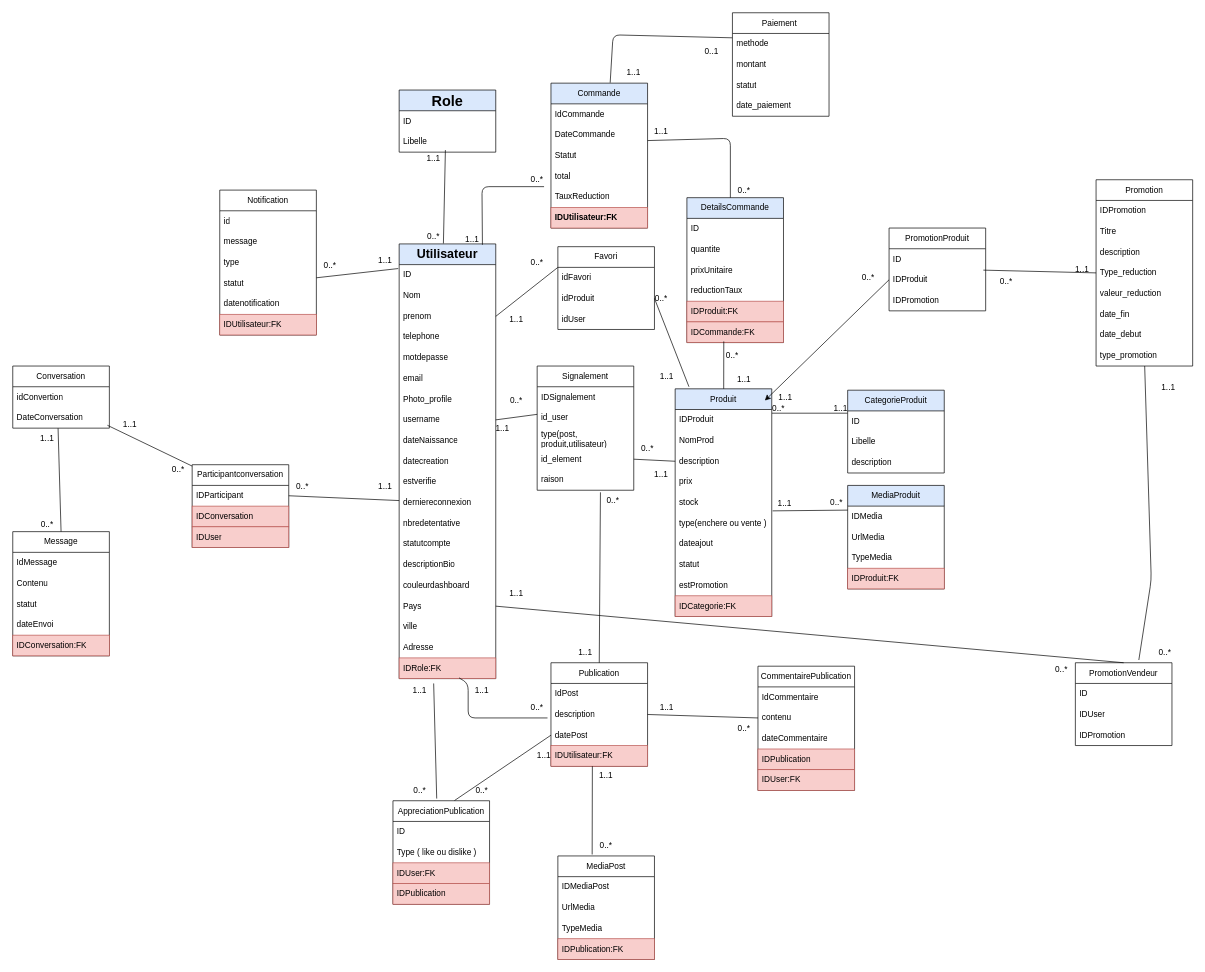
Above: docs/diagram.drawio in FamataThiam/Personnal_site_ecommerce (draw.io), before the change. Source tidied: cells renumbered, new cells numbered last; positions are measured from the earlier drawing's top-left corner, leaving out a move shared by most shapes. Both pictures are drawn from the tidied source at 69%, with x=0, y=0 at pixel (12, 12).
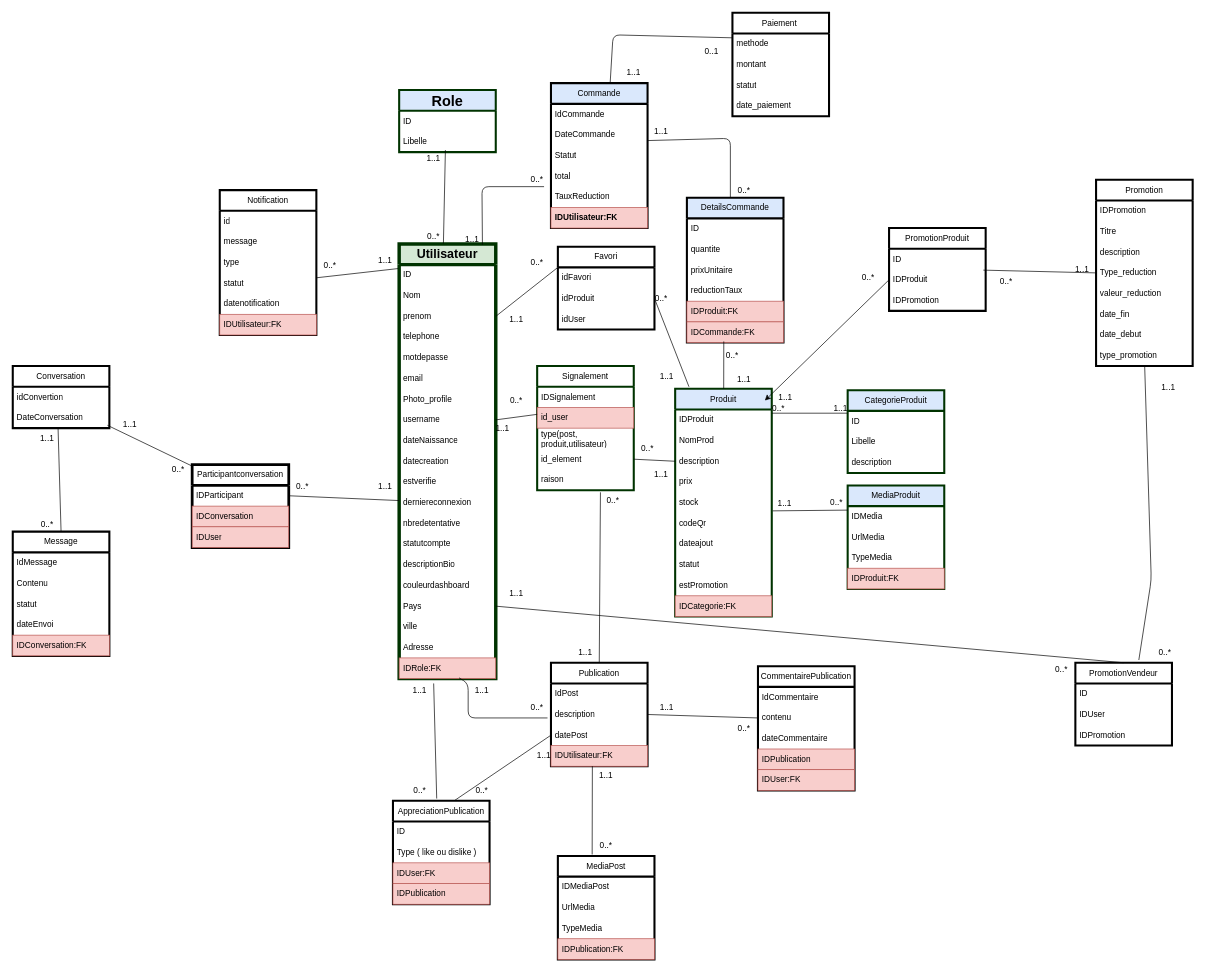
After the change.

What changed in the source:
```diff
@@
-    <mxCell id="2" value="&lt;b&gt;&lt;font style=&quot;font-size: 18px;&quot;&gt;Utilisateur&lt;/font&gt;&lt;/b&gt;" style="swimlane;fontStyle=0;horizontal=1;startSize=30;whiteSpace=wrap;html=1;labelBackgroundColor=none;fillColor=#dae8fc;strokeColor=light-dark(#030303, #5c79a3);" parent="1" vertex="1">
+    <mxCell id="2" value="&lt;b&gt;&lt;font style=&quot;font-size: 18px;&quot;&gt;Utilisateur&lt;/font&gt;&lt;/b&gt;" style="swimlane;fontStyle=0;horizontal=1;startSize=30;whiteSpace=wrap;html=1;labelBackgroundColor=none;fillColor=#d5e8d4;strokeColor=#003300;strokeWidth=5;" parent="1" vertex="1">
       <mxGeometry x="560" y="335" width="140" height="630" as="geometry" />
     </mxCell>
@@
-    <mxCell id="23" value="&lt;b&gt;&lt;font style=&quot;font-size: 21px;&quot;&gt;Role&lt;/font&gt;&lt;/b&gt;" style="swimlane;fontStyle=0;horizontal=1;startSize=30;whiteSpace=wrap;html=1;fillColor=#dae8fc;strokeColor=#000000;" parent="1" vertex="1">
+    <mxCell id="23" value="&lt;b&gt;&lt;font style=&quot;font-size: 21px;&quot;&gt;Role&lt;/font&gt;&lt;/b&gt;" style="swimlane;fontStyle=0;horizontal=1;startSize=30;whiteSpace=wrap;html=1;fillColor=#dae8fc;strokeColor=#003300;strokeWidth=3;" parent="1" vertex="1">
       <mxGeometry x="560" y="112" width="140" height="90" as="geometry" />
     </mxCell>
@@
-    <mxCell id="26" value="CategorieProduit" style="swimlane;fontStyle=0;horizontal=1;startSize=30;whiteSpace=wrap;html=1;fillColor=#dae8fc;strokeColor=#000000;" parent="1" vertex="1">
+    <mxCell id="26" value="CategorieProduit" style="swimlane;fontStyle=0;horizontal=1;startSize=30;whiteSpace=wrap;html=1;fillColor=#dae8fc;strokeColor=#003300;strokeWidth=3;" parent="1" vertex="1">
       <mxGeometry x="1210" y="547" width="140" height="120" as="geometry" />
     </mxCell>
@@
-    <mxCell id="30" value="Produit" style="swimlane;fontStyle=0;horizontal=1;startSize=30;whiteSpace=wrap;html=1;fillColor=#dae8fc;strokeColor=#000000;" parent="1" vertex="1">
+    <mxCell id="30" value="Produit" style="swimlane;fontStyle=0;horizontal=1;startSize=30;whiteSpace=wrap;html=1;fillColor=#dae8fc;strokeColor=#003300;strokeWidth=3;" parent="1" vertex="1">
       <mxGeometry x="960" y="545" width="140" height="330" as="geometry" />
     </mxCell>
@@
-    <mxCell id="36" value="type(enchere ou vente )" style="text;strokeColor=none;fillColor=none;align=left;verticalAlign=middle;spacingLeft=4;spacingRight=4;overflow=hidden;whiteSpace=wrap;html=1;" parent="30" vertex="1">
+    <mxCell id="36" value="codeQr" style="text;strokeColor=none;fillColor=none;align=left;verticalAlign=middle;spacingLeft=4;spacingRight=4;overflow=hidden;whiteSpace=wrap;html=1;" parent="30" vertex="1">
       <mxGeometry y="180" width="140" height="30" as="geometry" />
     </mxCell>
@@
-    <mxCell id="41" value="MediaProduit" style="swimlane;fontStyle=0;horizontal=1;startSize=30;whiteSpace=wrap;html=1;fillColor=#dae8fc;strokeColor=#000000;" parent="1" vertex="1">
+    <mxCell id="41" value="MediaProduit" style="swimlane;fontStyle=0;horizontal=1;startSize=30;whiteSpace=wrap;html=1;fillColor=#dae8fc;strokeColor=#003300;strokeWidth=3;" parent="1" vertex="1">
       <mxGeometry x="1210" y="685" width="140" height="150" as="geometry" />
     </mxCell>
@@
-    <mxCell id="46" value="Publication" style="swimlane;fontStyle=0;horizontal=1;startSize=30;whiteSpace=wrap;html=1;" parent="1" vertex="1">
+    <mxCell id="46" value="Publication" style="swimlane;fontStyle=0;horizontal=1;startSize=30;whiteSpace=wrap;html=1;strokeWidth=3;" parent="1" vertex="1">
       <mxGeometry x="780" y="942" width="140" height="150" as="geometry" />
     </mxCell>
@@
-    <mxCell id="51" value="MediaPost" style="swimlane;fontStyle=0;horizontal=1;startSize=30;whiteSpace=wrap;html=1;" parent="1" vertex="1">
+    <mxCell id="51" value="MediaPost" style="swimlane;fontStyle=0;horizontal=1;startSize=30;whiteSpace=wrap;html=1;strokeWidth=3;" parent="1" vertex="1">
       <mxGeometry x="790" y="1222" width="140" height="150" as="geometry" />
     </mxCell>
@@
-    <mxCell id="56" value="AppreciationPublication" style="swimlane;fontStyle=0;horizontal=1;startSize=30;whiteSpace=wrap;html=1;" parent="1" vertex="1">
+    <mxCell id="56" value="AppreciationPublication" style="swimlane;fontStyle=0;horizontal=1;startSize=30;whiteSpace=wrap;html=1;strokeWidth=3;" parent="1" vertex="1">
       <mxGeometry x="551" y="1142" width="140" height="150" as="geometry" />
     </mxCell>
@@
-    <mxCell id="61" value="CommentairePublication" style="swimlane;fontStyle=0;horizontal=1;startSize=30;whiteSpace=wrap;html=1;" parent="1" vertex="1">
+    <mxCell id="61" value="CommentairePublication" style="swimlane;fontStyle=0;horizontal=1;startSize=30;whiteSpace=wrap;html=1;strokeWidth=3;" parent="1" vertex="1">
       <mxGeometry x="1080" y="947" width="140" height="180" as="geometry" />
     </mxCell>
@@
-    <mxCell id="67" value="Commande" style="swimlane;fontStyle=0;horizontal=1;startSize=30;whiteSpace=wrap;html=1;fillColor=#dae8fc;strokeColor=#000000;" parent="1" vertex="1">
+    <mxCell id="67" value="Commande" style="swimlane;fontStyle=0;horizontal=1;startSize=30;whiteSpace=wrap;html=1;fillColor=#dae8fc;strokeColor=#000000;strokeWidth=3;" parent="1" vertex="1">
       <mxGeometry x="780" y="102" width="140" height="210" as="geometry" />
     </mxCell>
@@
-    <mxCell id="74" value="DetailsCommande" style="swimlane;fontStyle=0;horizontal=1;startSize=30;whiteSpace=wrap;html=1;fillColor=#dae8fc;strokeColor=#000000;" parent="1" vertex="1">
+    <mxCell id="74" value="DetailsCommande" style="swimlane;fontStyle=0;horizontal=1;startSize=30;whiteSpace=wrap;html=1;fillColor=#dae8fc;strokeColor=#000000;strokeWidth=3;" parent="1" vertex="1">
       <mxGeometry x="977" y="268" width="140" height="210" as="geometry" />
     </mxCell>
@@
-    <mxCell id="81" value="Paiement&amp;nbsp;" style="swimlane;fontStyle=0;horizontal=1;startSize=30;whiteSpace=wrap;html=1;" parent="1" vertex="1">
+    <mxCell id="81" value="Paiement&amp;nbsp;" style="swimlane;fontStyle=0;horizontal=1;startSize=30;whiteSpace=wrap;html=1;strokeWidth=3;" parent="1" vertex="1">
       <mxGeometry x="1043" width="140" height="150" as="geometry" />
     </mxCell>
@@
-    <mxCell id="86" value="Conversation" style="swimlane;fontStyle=0;horizontal=1;startSize=30;whiteSpace=wrap;html=1;" parent="1" vertex="1">
+    <mxCell id="86" value="Conversation" style="swimlane;fontStyle=0;horizontal=1;startSize=30;whiteSpace=wrap;html=1;strokeWidth=3;" parent="1" vertex="1">
       <mxGeometry y="512" width="140" height="90" as="geometry" />
     </mxCell>
@@
-    <mxCell id="89" value="Message" style="swimlane;fontStyle=0;horizontal=1;startSize=30;whiteSpace=wrap;html=1;" parent="1" vertex="1">
+    <mxCell id="89" value="Message" style="swimlane;fontStyle=0;horizontal=1;startSize=30;whiteSpace=wrap;html=1;strokeWidth=3;" parent="1" vertex="1">
       <mxGeometry y="752" width="140" height="180" as="geometry" />
     </mxCell>
@@
-    <mxCell id="95" value="Notification" style="swimlane;fontStyle=0;horizontal=1;startSize=30;whiteSpace=wrap;html=1;" parent="1" vertex="1">
+    <mxCell id="95" value="Notification" style="swimlane;fontStyle=0;horizontal=1;startSize=30;whiteSpace=wrap;html=1;strokeWidth=3;" parent="1" vertex="1">
       <mxGeometry x="300" y="257" width="140" height="210" as="geometry" />
     </mxCell>
@@
-    <mxCell id="102" value="Favori" style="swimlane;fontStyle=0;horizontal=1;startSize=30;whiteSpace=wrap;html=1;" parent="1" vertex="1">
+    <mxCell id="102" value="Favori" style="swimlane;fontStyle=0;horizontal=1;startSize=30;whiteSpace=wrap;html=1;strokeWidth=3;" parent="1" vertex="1">
       <mxGeometry x="790" y="339" width="140" height="120" as="geometry" />
     </mxCell>
@@
-    <mxCell id="106" value="Signalement" style="swimlane;fontStyle=0;horizontal=1;startSize=30;whiteSpace=wrap;html=1;" parent="1" vertex="1">
+    <mxCell id="106" value="Signalement" style="swimlane;fontStyle=0;horizontal=1;startSize=30;whiteSpace=wrap;html=1;strokeWidth=3;strokeColor=#003300;" parent="1" vertex="1">
       <mxGeometry x="760" y="512" width="140" height="180" as="geometry" />
     </mxCell>
@@
-    <mxCell id="108" value="id_user" style="text;strokeColor=none;fillColor=none;align=left;verticalAlign=middle;spacingLeft=4;spacingRight=4;overflow=hidden;whiteSpace=wrap;html=1;" parent="106" vertex="1">
+    <mxCell id="108" value="id_user" style="text;strokeColor=#b85450;fillColor=#f8cecc;align=left;verticalAlign=middle;spacingLeft=4;spacingRight=4;overflow=hidden;whiteSpace=wrap;html=1;" parent="106" vertex="1">
       <mxGeometry y="60" width="140" height="30" as="geometry" />
     </mxCell>
@@
-    <mxCell id="112" value="Promotion" style="swimlane;fontStyle=0;horizontal=1;startSize=30;whiteSpace=wrap;html=1;" parent="1" vertex="1">
+    <mxCell id="112" value="Promotion" style="swimlane;fontStyle=0;horizontal=1;startSize=30;whiteSpace=wrap;html=1;strokeWidth=3;" parent="1" vertex="1">
       <mxGeometry x="1570" y="242" width="140" height="270" as="geometry" />
     </mxCell>
@@
-    <mxCell id="121" value="PromotionProduit" style="swimlane;fontStyle=0;horizontal=1;startSize=30;whiteSpace=wrap;html=1;" parent="1" vertex="1">
+    <mxCell id="121" value="PromotionProduit" style="swimlane;fontStyle=0;horizontal=1;startSize=30;whiteSpace=wrap;html=1;strokeWidth=3;" parent="1" vertex="1">
       <mxGeometry x="1270" y="312" width="140" height="120" as="geometry" />
     </mxCell>
@@
-    <mxCell id="125" value="PromotionVendeur" style="swimlane;fontStyle=0;horizontal=1;startSize=30;whiteSpace=wrap;html=1;" parent="1" vertex="1">
+    <mxCell id="125" value="PromotionVendeur" style="swimlane;fontStyle=0;horizontal=1;startSize=30;whiteSpace=wrap;html=1;strokeWidth=3;" parent="1" vertex="1">
       <mxGeometry x="1540" y="942" width="140" height="120" as="geometry" />
     </mxCell>
@@
-    <mxCell id="183" value="Participantconversation" style="swimlane;fontStyle=0;horizontal=1;startSize=30;whiteSpace=wrap;html=1;" parent="1" vertex="1">
+    <mxCell id="183" value="Participantconversation" style="swimlane;fontStyle=0;horizontal=1;startSize=30;whiteSpace=wrap;html=1;strokeWidth=4;" parent="1" vertex="1">
       <mxGeometry x="260" y="655" width="140" height="120" as="geometry" />
     </mxCell>
```
